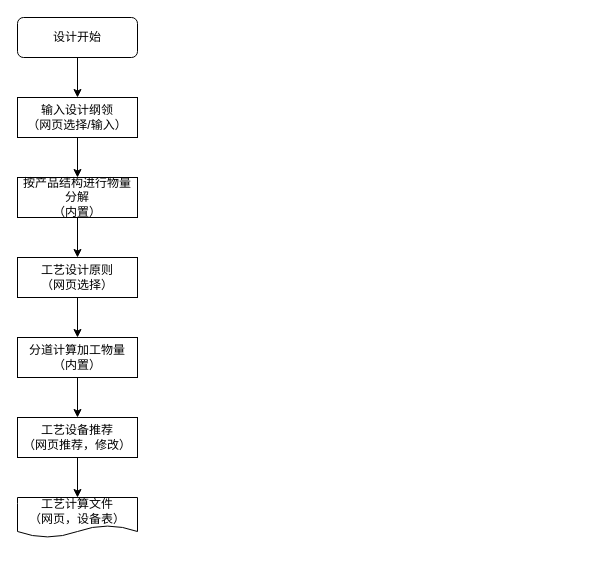
cloud1980/hello-world keeps this draw.io diagram as 未来设计流程.drawio. Above is the earlier version. Source tidied: cells renumbered, new cells numbered last; positions are measured from the earlier drawing's top-left corner, leaving out a move shared by most shapes. Both pictures are drawn from the tidied source at 100%, with x=0, y=0 at pixel (17, 17).
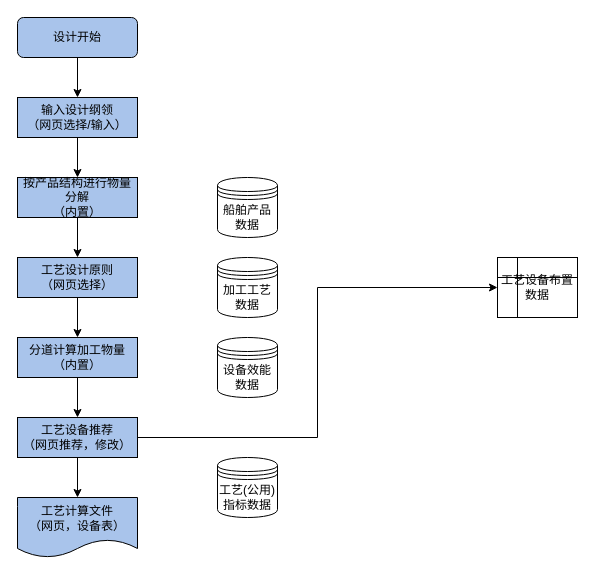
The same page after the edit.

Commit message (it also covers changes not shown here):
更新未来设计流程.drawio

What changed in the source:
```diff
@@
-    <mxCell id="2" value="设计开始" style="rounded=1;whiteSpace=wrap;html=1;" parent="1" vertex="1">
+    <mxCell id="2" value="设计开始" style="rounded=1;whiteSpace=wrap;html=1;fillColor=#A9C4EB;" parent="1" vertex="1">
       <mxGeometry width="120" height="40" as="geometry" />
     </mxCell>
-    <mxCell id="3" style="edgeStyle=orthogonalEdgeStyle;rounded=0;jettySize=auto;html=1;exitX=0.5;exitY=1;exitDx=0;exitDy=0;entryX=0.5;entryY=0;entryDx=0;entryDy=0;" parent="1" edge="1" source="4" target="6">
+    <mxCell id="3" style="edgeStyle=orthogonalEdgeStyle;rounded=0;jettySize=auto;html=1;exitX=0.5;exitY=1;exitDx=0;exitDy=0;entryX=0.5;entryY=0;entryDx=0;entryDy=0;fillColor=#A9C4EB;" parent="1" edge="1" source="4" target="6">
       <mxGeometry relative="1" as="geometry" />
     </mxCell>
-    <mxCell id="4" value="输入设计纲领&lt;br&gt;（网页选择/输入）" style="rounded=0;whiteSpace=wrap;html=1;" parent="1" vertex="1">
+    <mxCell id="4" value="输入设计纲领&lt;br&gt;（网页选择/输入）" style="rounded=0;whiteSpace=wrap;html=1;fillColor=#A9C4EB;" parent="1" vertex="1">
       <mxGeometry y="80" width="120" height="40" as="geometry" />
     </mxCell>
-    <mxCell id="5" style="edgeStyle=orthogonalEdgeStyle;rounded=0;jettySize=auto;html=1;exitX=0.5;exitY=1;exitDx=0;exitDy=0;entryX=0.5;entryY=0;entryDx=0;entryDy=0;" parent="1" edge="1" source="6" target="8">
+    <mxCell id="5" style="edgeStyle=orthogonalEdgeStyle;rounded=0;jettySize=auto;html=1;exitX=0.5;exitY=1;exitDx=0;exitDy=0;entryX=0.5;entryY=0;entryDx=0;entryDy=0;fillColor=#A9C4EB;" parent="1" edge="1" source="6" target="8">
       <mxGeometry relative="1" as="geometry" />
     </mxCell>
-    <mxCell id="6" value="按产品结构进行物量分解&lt;br&gt;（内置）" style="rounded=0;whiteSpace=wrap;html=1;" parent="1" vertex="1">
+    <mxCell id="6" value="按产品结构进行物量分解&lt;br&gt;（内置）" style="rounded=0;whiteSpace=wrap;html=1;fillColor=#A9C4EB;" parent="1" vertex="1">
       <mxGeometry y="160" width="120" height="40" as="geometry" />
     </mxCell>
-    <mxCell id="7" style="edgeStyle=orthogonalEdgeStyle;rounded=0;jettySize=auto;html=1;exitX=0.5;exitY=1;exitDx=0;exitDy=0;" parent="1" edge="1" source="8" target="10">
+    <mxCell id="7" style="edgeStyle=orthogonalEdgeStyle;rounded=0;jettySize=auto;html=1;exitX=0.5;exitY=1;exitDx=0;exitDy=0;fillColor=#A9C4EB;" parent="1" edge="1" source="8" target="10">
       <mxGeometry relative="1" as="geometry" />
     </mxCell>
-    <mxCell id="8" value="工艺设计原则&lt;br&gt;（网页选择）" style="rounded=0;whiteSpace=wrap;html=1;" parent="1" vertex="1">
+    <mxCell id="8" value="工艺设计原则&lt;br&gt;（网页选择）" style="rounded=0;whiteSpace=wrap;html=1;fillColor=#A9C4EB;" parent="1" vertex="1">
       <mxGeometry y="240" width="120" height="40" as="geometry" />
     </mxCell>
-    <mxCell id="9" style="edgeStyle=orthogonalEdgeStyle;rounded=0;jettySize=auto;html=1;exitX=0.5;exitY=1;exitDx=0;exitDy=0;entryX=0.5;entryY=0;entryDx=0;entryDy=0;" parent="1" edge="1" source="10" target="12">
+    <mxCell id="9" style="edgeStyle=orthogonalEdgeStyle;rounded=0;jettySize=auto;html=1;exitX=0.5;exitY=1;exitDx=0;exitDy=0;entryX=0.5;entryY=0;entryDx=0;entryDy=0;fillColor=#A9C4EB;" parent="1" edge="1" source="10" target="12">
       <mxGeometry relative="1" as="geometry" />
     </mxCell>
-    <mxCell id="10" value="分道计算加工物量&lt;br&gt;（内置）" style="rounded=0;whiteSpace=wrap;html=1;" parent="1" vertex="1">
+    <mxCell id="10" value="分道计算加工物量&lt;br&gt;（内置）" style="rounded=0;whiteSpace=wrap;html=1;fillColor=#A9C4EB;" parent="1" vertex="1">
       <mxGeometry y="320" width="120" height="40" as="geometry" />
     </mxCell>
-    <mxCell id="11" style="edgeStyle=orthogonalEdgeStyle;rounded=0;jettySize=auto;html=1;exitX=0.5;exitY=1;exitDx=0;exitDy=0;entryX=0.5;entryY=0;entryDx=0;entryDy=0;" parent="1" edge="1" source="12" target="13">
+    <mxCell id="11" style="edgeStyle=orthogonalEdgeStyle;rounded=0;jettySize=auto;html=1;exitX=0.5;exitY=1;exitDx=0;exitDy=0;entryX=0.5;entryY=0;entryDx=0;entryDy=0;fillColor=#A9C4EB;" parent="1" edge="1" source="12" target="13">
       <mxGeometry relative="1" as="geometry" />
     </mxCell>
+    <mxCell id="15" style="edgeStyle=orthogonalEdgeStyle;rounded=0;jettySize=auto;html=1;exitX=1;exitY=0.5;exitDx=0;exitDy=0;entryX=0;entryY=0.5;entryDx=0;entryDy=0;" parent="1" edge="1" source="12" target="16">
+      <mxGeometry relative="1" as="geometry" />
+    </mxCell>
-    <mxCell id="12" value="工艺设备推荐&lt;br&gt;（网页推荐，修改）" style="rounded=0;whiteSpace=wrap;html=1;" parent="1" vertex="1">
+    <mxCell id="12" value="工艺设备推荐&lt;br&gt;（网页推荐，修改）" style="rounded=0;whiteSpace=wrap;html=1;fillColor=#A9C4EB;" parent="1" vertex="1">
       <mxGeometry y="400" width="120" height="40" as="geometry" />
     </mxCell>
-    <mxCell id="13" value="工艺计算文件&lt;br&gt;（网页，设备表）" style="shape=document;whiteSpace=wrap;html=1;boundedLbl=1;" parent="1" vertex="1">
-      <mxGeometry y="480" width="120" height="40" as="geometry" />
+    <mxCell id="13" value="工艺计算文件&lt;br&gt;（网页，设备表）" style="shape=document;whiteSpace=wrap;html=1;boundedLbl=1;fillColor=#A9C4EB;" parent="1" vertex="1">
+      <mxGeometry y="480" width="120" height="60" as="geometry" />
     </mxCell>
-    <mxCell id="14" style="endArrow=classic;html=1;exitX=0.5;exitY=1;exitDx=0;exitDy=0;entryX=0.5;entryY=0;entryDx=0;entryDy=0;" parent="1" edge="1" source="2" target="4">
+    <mxCell id="14" style="endArrow=classic;html=1;exitX=0.5;exitY=1;exitDx=0;exitDy=0;entryX=0.5;entryY=0;entryDx=0;entryDy=0;fillColor=#A9C4EB;" parent="1" edge="1" source="2" target="4">
       <mxGeometry relative="1" as="geometry" />
     </mxCell>
+    <mxCell id="16" value="工艺设备布置数据" style="shape=internalStorage;whiteSpace=wrap;html=1;backgroundOutline=1;" parent="1" vertex="1">
+      <mxGeometry x="480" y="240" width="80" height="60" as="geometry" />
+    </mxCell>
+    <mxCell id="17" value="船舶产品数据" style="shape=datastore;whiteSpace=wrap;html=1;" parent="1" vertex="1">
+      <mxGeometry x="200" y="160" width="60" height="60" as="geometry" />
+    </mxCell>
+    <mxCell id="18" value="加工工艺数据" style="shape=datastore;whiteSpace=wrap;html=1;" parent="1" vertex="1">
+      <mxGeometry x="200" y="240" width="60" height="60" as="geometry" />
+    </mxCell>
+    <mxCell id="19" value="设备效能数据" style="shape=datastore;whiteSpace=wrap;html=1;" parent="1" vertex="1">
+      <mxGeometry x="200" y="320" width="60" height="60" as="geometry" />
+    </mxCell>
+    <mxCell id="20" value="工艺(公用)指标数据" style="shape=datastore;whiteSpace=wrap;html=1;" parent="1" vertex="1">
+      <mxGeometry x="200" y="440" width="60" height="60" as="geometry" />
+    </mxCell>
```
